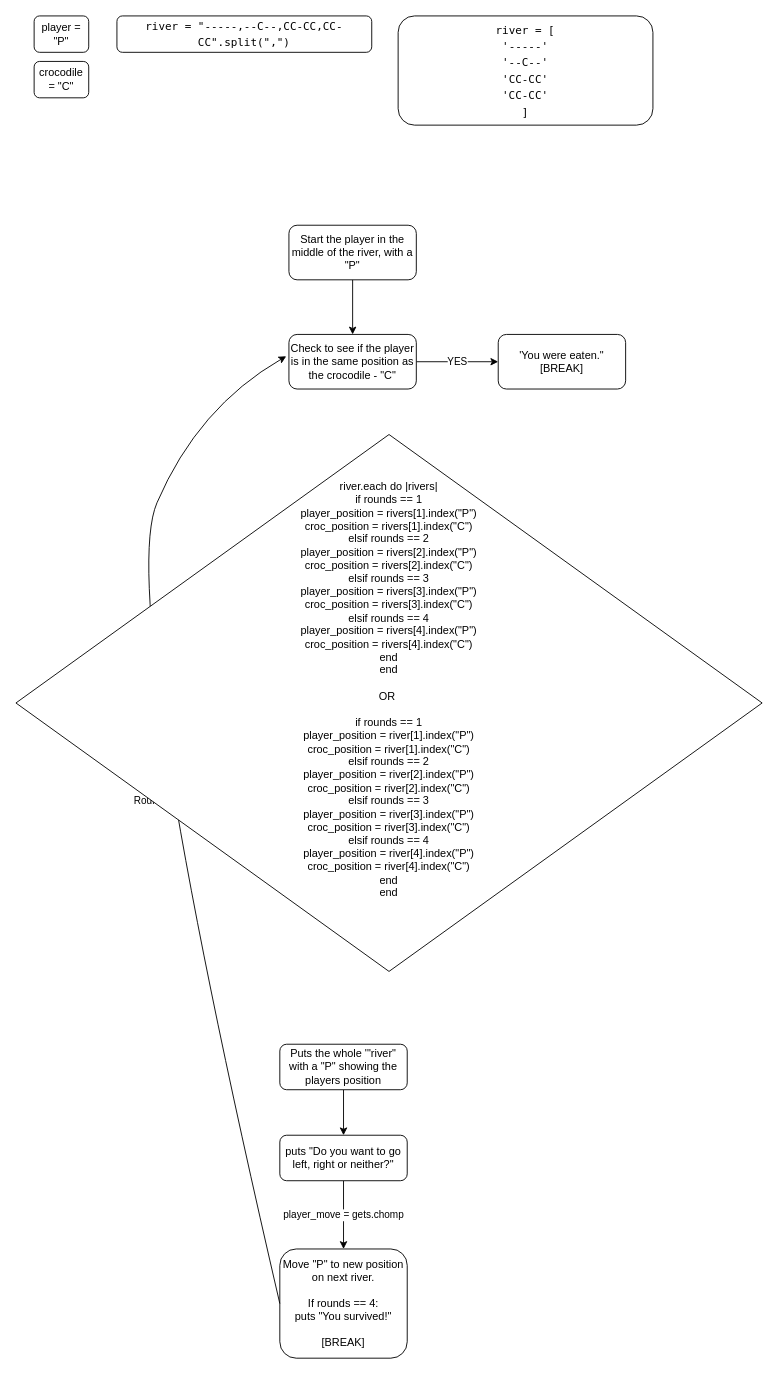
This is Untitled Diagram.drawio from Chloeem/makers-ruby-practise, a draw.io file, before an edit. Source tidied: cells renumbered, new cells numbered last; positions are measured from the earlier drawing's top-left corner, leaving out a move shared by most shapes. Both pictures are drawn from the tidied source at 91%, with x=0, y=0 at pixel (15, 15).
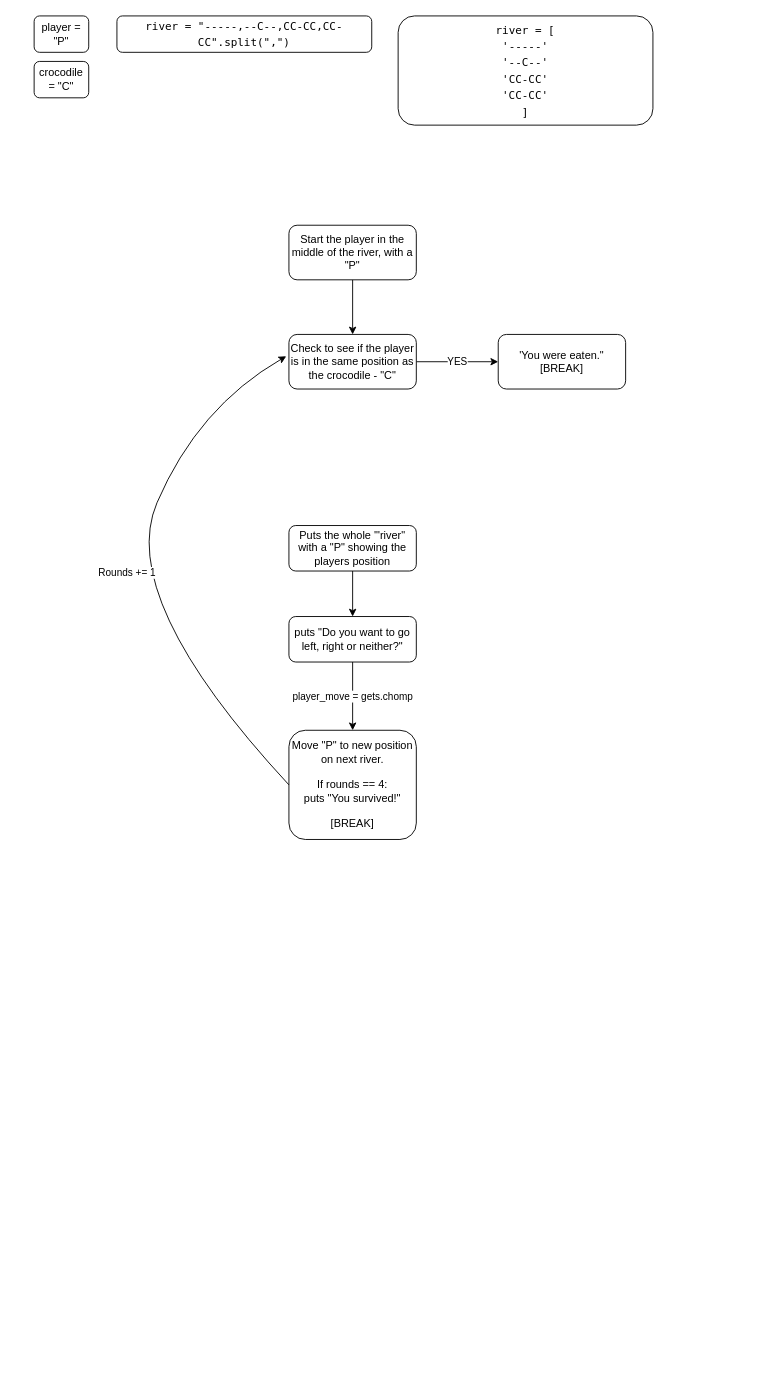
After the change.

Change to the diagram source:
```diff
@@
 <mxGraphModel>
   <root>
     <mxCell id="0" />
     <mxCell id="1" parent="0" />
     <mxCell id="2" style="edgeStyle=orthogonalEdgeStyle;rounded=0;jettySize=auto;html=1;exitX=0.5;exitY=1;exitDx=0;exitDy=0;entryX=0.5;entryY=0;entryDx=0;entryDy=0;" parent="1" edge="1" source="3" target="5">
       <mxGeometry relative="1" as="geometry" />
     </mxCell>
     <mxCell id="3" value="Start the player in the middle of the river, with a &quot;P&quot;" style="rounded=1;whiteSpace=wrap;html=1;fontSize=12;glass=0;strokeWidth=1;shadow=0;" parent="1" vertex="1">
       <mxGeometry x="300" y="230" width="140" height="60" as="geometry" />
     </mxCell>
     <mxCell id="4" value="YES" style="edgeStyle=orthogonalEdgeStyle;rounded=0;jettySize=auto;html=1;entryX=0;entryY=0.5;entryDx=0;entryDy=0;" parent="1" edge="1" source="5" target="6">
       <mxGeometry relative="1" as="geometry" />
     </mxCell>
     <mxCell id="5" value="Check to see if the player is in the same position as the crocodile - &quot;C&quot;" style="rounded=1;whiteSpace=wrap;html=1;fontSize=12;glass=0;strokeWidth=1;shadow=0;" parent="1" vertex="1">
       <mxGeometry x="300" y="350" width="140" height="60" as="geometry" />
     </mxCell>
     <mxCell id="6" value="'You were eaten.&quot; &lt;br&gt;[BREAK]" style="rounded=1;whiteSpace=wrap;html=1;fontSize=12;glass=0;strokeWidth=1;shadow=0;" parent="1" vertex="1">
       <mxGeometry x="530" y="350" width="140" height="60" as="geometry" />
     </mxCell>
     <mxCell id="7" style="edgeStyle=orthogonalEdgeStyle;rounded=0;jettySize=auto;html=1;" parent="1" edge="1" source="8" target="10">
       <mxGeometry relative="1" as="geometry" />
     </mxCell>
     <mxCell id="8" value="Puts the whole '&quot;river&quot; with a &quot;P&quot; showing the players position" style="rounded=1;whiteSpace=wrap;html=1;fontSize=12;glass=0;strokeWidth=1;shadow=0;" parent="1" vertex="1">
-      <mxGeometry x="290" y="1130" width="140" height="50" as="geometry" />
+      <mxGeometry x="300" y="560" width="140" height="50" as="geometry" />
     </mxCell>
     <mxCell id="9" value="player_move = gets.chomp" style="edgeStyle=orthogonalEdgeStyle;rounded=0;jettySize=auto;html=1;" parent="1" edge="1" source="10" target="11">
       <mxGeometry relative="1" as="geometry" />
     </mxCell>
     <mxCell id="10" value="puts &quot;Do you want to go left, right or neither?&quot;" style="rounded=1;whiteSpace=wrap;html=1;fontSize=12;glass=0;strokeWidth=1;shadow=0;" parent="1" vertex="1">
-      <mxGeometry x="290" y="1230" width="140" height="50" as="geometry" />
+      <mxGeometry x="300" y="660" width="140" height="50" as="geometry" />
     </mxCell>
     <mxCell id="11" value="Move &quot;P&quot; to new position on next river.&lt;br&gt;&lt;br&gt;If rounds == 4:&lt;br&gt;puts &quot;You survived!&quot;&lt;br&gt;&lt;br&gt;[BREAK]" style="rounded=1;whiteSpace=wrap;html=1;fontSize=12;glass=0;strokeWidth=1;shadow=0;" parent="1" vertex="1">
-      <mxGeometry x="290" y="1355" width="140" height="120" as="geometry" />
+      <mxGeometry x="300" y="785" width="140" height="120" as="geometry" />
     </mxCell>
     <mxCell id="12" value="Rounds += 1" style="curved=1;endArrow=classic;html=1;exitX=0;exitY=0.5;exitDx=0;exitDy=0;entryX=-0.021;entryY=0.4;entryDx=0;entryDy=0;entryPerimeter=0;" parent="1" edge="1" source="11" target="5">
       <mxGeometry relative="1" as="geometry">
         <Array as="points">
           <mxPoint x="110" y="640" />
           <mxPoint x="200" y="430" />
         </Array>
       </mxGeometry>
     </mxCell>
     <mxCell id="13" value="player = &quot;P&quot;" style="rounded=1;whiteSpace=wrap;html=1;" parent="1" vertex="1">
       <mxGeometry x="20" width="60" height="40" as="geometry" />
     </mxCell>
     <mxCell id="14" value="crocodile = &quot;C&quot;" style="rounded=1;whiteSpace=wrap;html=1;" parent="1" vertex="1">
       <mxGeometry x="20" y="50" width="60" height="40" as="geometry" />
     </mxCell>
-    <mxCell id="15" value="river.each do |rivers|&lt;br&gt;if rounds == 1&lt;br&gt;player_position = rivers[1].index(&quot;P&quot;)&lt;br&gt;croc_position = rivers[1].index(&quot;C&quot;)&lt;br&gt;elsif rounds == 2&lt;br&gt;player_position = rivers[2].index(&quot;P&quot;)&lt;br&gt;croc_position = rivers[2].index(&quot;C&quot;)&lt;br&gt;elsif rounds == 3&lt;br&gt;player_position = rivers[3].index(&quot;P&quot;)&lt;br&gt;croc_position = rivers[3].index(&quot;C&quot;)&lt;br&gt;elsif rounds == 4&lt;br&gt;player_position = rivers[4].index(&quot;P&quot;)&lt;br&gt;croc_position = rivers[4].index(&quot;C&quot;)&lt;br&gt;end&lt;br&gt;end&lt;br&gt;&lt;br&gt;OR&amp;nbsp;&lt;br&gt;&lt;br&gt;if rounds == 1&lt;br&gt;player_position = river[1].index(&quot;P&quot;)&lt;br&gt;croc_position = river[1].index(&quot;C&quot;)&lt;br&gt;elsif rounds == 2&lt;br&gt;player_position = river[2].index(&quot;P&quot;)&lt;br&gt;croc_position = river[2].index(&quot;C&quot;)&lt;br&gt;elsif rounds == 3&lt;br&gt;player_position = river[3].index(&quot;P&quot;)&lt;br&gt;croc_position = river[3].index(&quot;C&quot;)&lt;br&gt;elsif rounds == 4&lt;br&gt;player_position = river[4].index(&quot;P&quot;)&lt;br&gt;croc_position = river[4].index(&quot;C&quot;)&lt;br&gt;end&lt;br&gt;end&lt;br&gt;&lt;br&gt;&lt;br&gt;" style="rhombus;whiteSpace=wrap;html=1;" parent="1" vertex="1">
-      <mxGeometry y="460" width="820" height="590" as="geometry" />
-    </mxCell>
     <mxCell id="16" value="&lt;div style=&quot;font-family: &amp;#34;menlo&amp;#34; , &amp;#34;monaco&amp;#34; , &amp;#34;courier new&amp;#34; , monospace ; line-height: 18px&quot;&gt;&lt;span style=&quot;background-color: rgb(255 , 255 , 255)&quot;&gt;river = &quot;-----,--C--,CC-CC,CC-CC&quot;.split(&quot;,&quot;)&lt;/span&gt;&lt;/div&gt;" style="rounded=1;whiteSpace=wrap;html=1;fillColor=#FFFFFF;" parent="1" vertex="1">
       <mxGeometry x="111" width="280" height="40" as="geometry" />
     </mxCell>
     <mxCell id="17" value="&lt;div style=&quot;font-family: &amp;#34;menlo&amp;#34; , &amp;#34;monaco&amp;#34; , &amp;#34;courier new&amp;#34; , monospace ; line-height: 18px&quot;&gt;&lt;span style=&quot;background-color: rgb(255 , 255 , 255)&quot;&gt;river = [&lt;/span&gt;&lt;/div&gt;&lt;div style=&quot;font-family: &amp;#34;menlo&amp;#34; , &amp;#34;monaco&amp;#34; , &amp;#34;courier new&amp;#34; , monospace ; line-height: 18px&quot;&gt;&lt;span style=&quot;background-color: rgb(255 , 255 , 255)&quot;&gt;&amp;nbsp;'-----'&amp;nbsp;&lt;/span&gt;&lt;/div&gt;&lt;div style=&quot;font-family: &amp;#34;menlo&amp;#34; , &amp;#34;monaco&amp;#34; , &amp;#34;courier new&amp;#34; , monospace ; line-height: 18px&quot;&gt;&lt;span style=&quot;background-color: rgb(255 , 255 , 255)&quot;&gt;'--C--'&lt;/span&gt;&lt;/div&gt;&lt;div style=&quot;font-family: &amp;#34;menlo&amp;#34; , &amp;#34;monaco&amp;#34; , &amp;#34;courier new&amp;#34; , monospace ; line-height: 18px&quot;&gt;&lt;span style=&quot;background-color: rgb(255 , 255 , 255)&quot;&gt;&amp;nbsp;'CC-CC'&amp;nbsp;&lt;/span&gt;&lt;/div&gt;&lt;div style=&quot;font-family: &amp;#34;menlo&amp;#34; , &amp;#34;monaco&amp;#34; , &amp;#34;courier new&amp;#34; , monospace ; line-height: 18px&quot;&gt;&lt;span style=&quot;background-color: rgb(255 , 255 , 255)&quot;&gt;'CC-CC'&lt;/span&gt;&lt;/div&gt;&lt;div style=&quot;font-family: &amp;#34;menlo&amp;#34; , &amp;#34;monaco&amp;#34; , &amp;#34;courier new&amp;#34; , monospace ; line-height: 18px&quot;&gt;&lt;span style=&quot;background-color: rgb(255 , 255 , 255)&quot;&gt;]&lt;/span&gt;&lt;/div&gt;" style="rounded=1;whiteSpace=wrap;html=1;fillColor=#FFFFFF;" parent="1" vertex="1">
       <mxGeometry x="420" width="280" height="120" as="geometry" />
     </mxCell>
   </root>
 </mxGraphModel>
```
